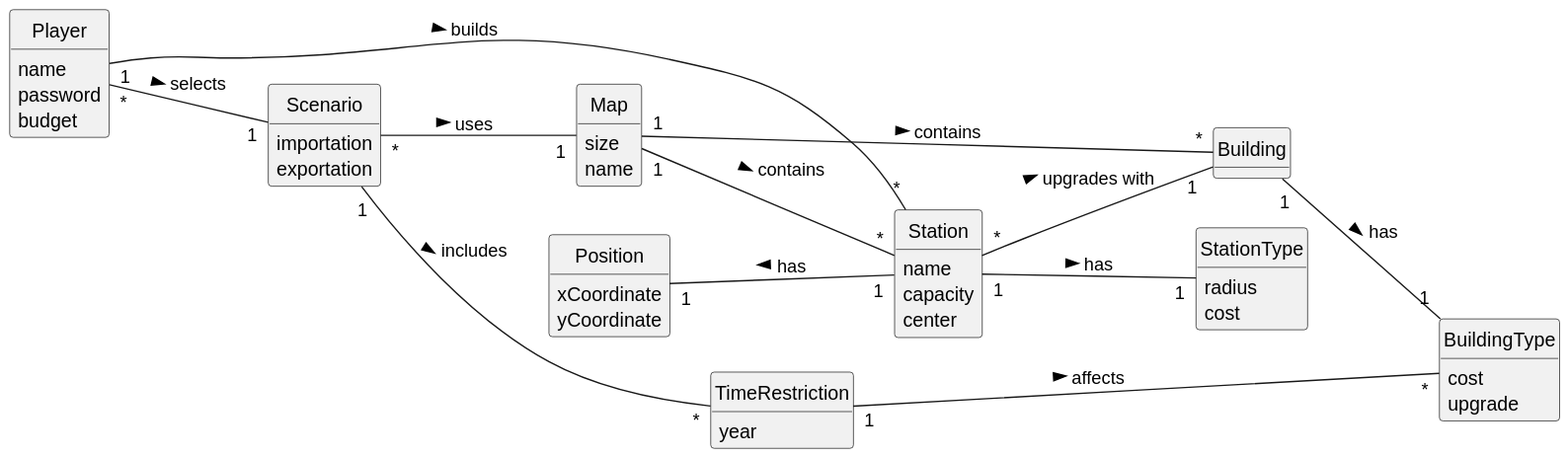
Above: Sprint3/US006/02.analysis/svg/US006-DM.svg in 1240935/pi2-railway-simulator (PlantUML), before the change. The source it was exported from:
```plantuml
@startuml
skinparam monochrome true
skinparam packageStyle rectangle
skinparam shadowing false
skinparam classAttributeIconSize 0
hide circle
hide methods

left to right direction

class Player {
    name
    password
    budget
}

class Station {
    name
    capacity
    center
}

class StationType{
    radius
    cost
}

class Building {
}

class BuildingType {
    cost
    upgrade
}

class Scenario {
    importation
    exportation
 }

class Map {
    size
    name
}

class Position{
    xCoordinate
    yCoordinate
}

class TimeRestriction{
    year
}


Player "1" -- "*" Station: builds >
Player "*" -- "1" Scenario : selects >
Station "*" -- "1 "Building:  upgrades with  >
Station "1" -- "1" StationType: has >
Building "1" -- "1" BuildingType : has >
Position "1" -- "1" Station: has <
Scenario "*" -- "1" Map : uses >
Map "1" -- "*" Building: contains >
Map "1" -- "*" Station : contains >
Scenario "1" -- "*" TimeRestriction: includes >
TimeRestriction "1" -- "*" BuildingType: affects >
@enduml
```
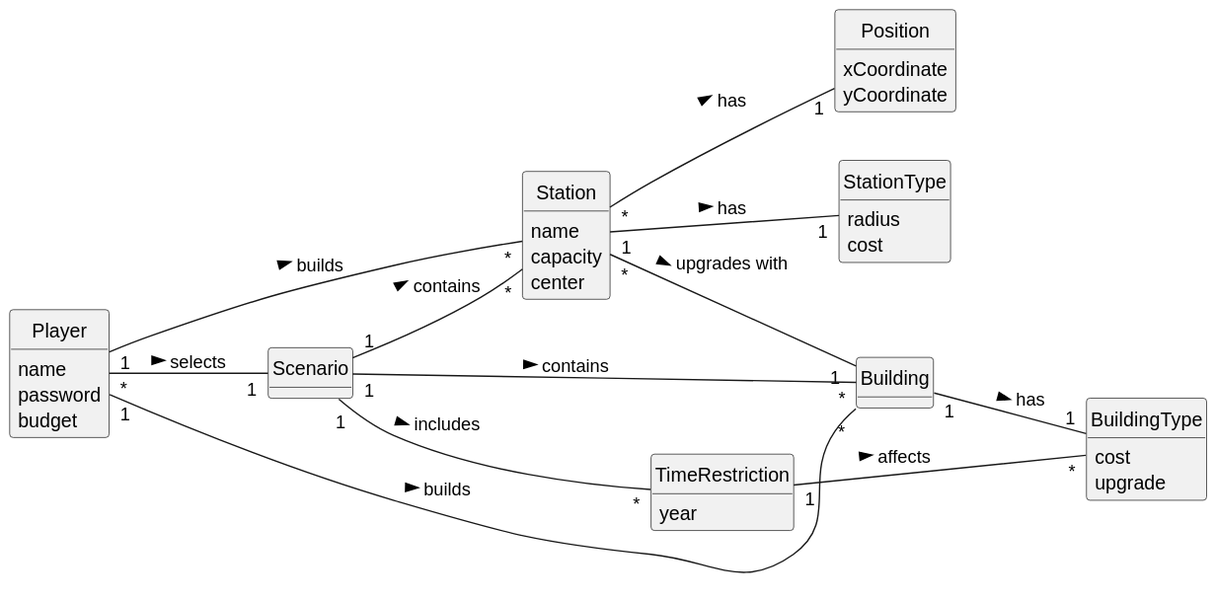
After the change.

What changed in the source:
```diff
@@ -34,13 +34,6 @@
 }
 
 class Scenario {
-    importation
-    exportation
- }
-
-class Map {
-    size
-    name
 }
 
 class Position{
@@ -54,14 +47,14 @@
 
 
 Player "1" -- "*" Station: builds >
+Player "1" -- "*" Building: builds >
 Player "*" -- "1" Scenario : selects >
 Station "*" -- "1 "Building:  upgrades with  >
 Station "1" -- "1" StationType: has >
+Station "*" -- "1" Position: has >
 Building "1" -- "1" BuildingType : has >
-Position "1" -- "1" Station: has <
-Scenario "*" -- "1" Map : uses >
-Map "1" -- "*" Building: contains >
-Map "1" -- "*" Station : contains >
+Scenario "1" -- "*" Building: contains >
+Scenario "1" -- "*" Station : contains >
 Scenario "1" -- "*" TimeRestriction: includes >
 TimeRestriction "1" -- "*" BuildingType: affects >
 @enduml
```
